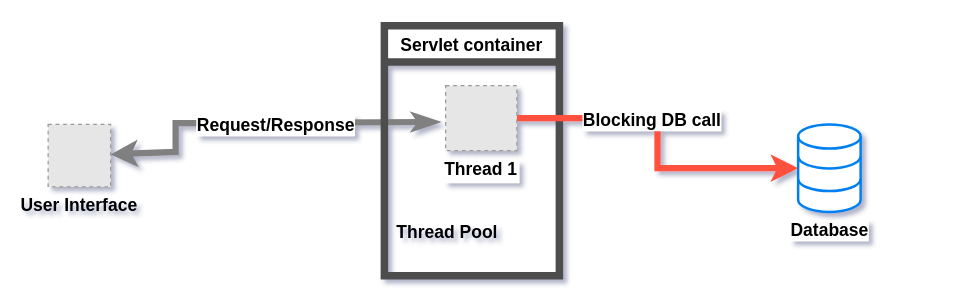
codecracker2014/diagrams keeps this draw.io diagram as Untitled Diagram.drawio. Above is the earlier version. Source tidied: cells renumbered, new cells numbered last; positions are measured from the earlier drawing's top-left corner, leaving out a move shared by most shapes. Both pictures are drawn from the tidied source at 125%, with x=0, y=0 at pixel (48, 25). Pictures stored in the file or linked from it are replaced by grey dashed boxes.
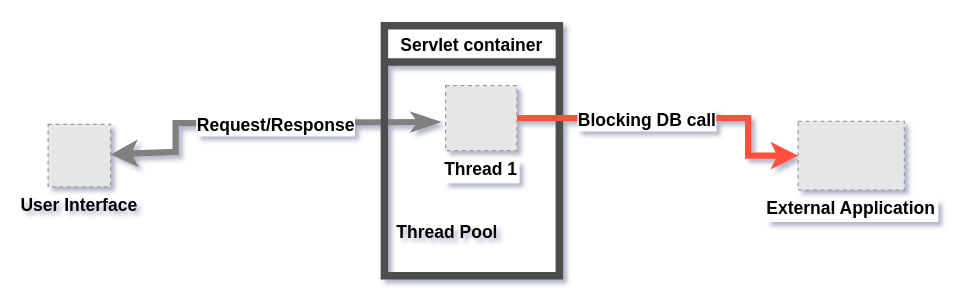
After the change.

What changed in the source:
```diff
@@
 <mxGraphModel background="#ffffff" shadow="1">
   <root>
     <mxCell id="0" />
     <mxCell id="1" parent="0" />
     <mxCell id="2" style="edgeStyle=none;rounded=0;jettySize=auto;html=1;entryX=-0.096;entryY=0.558;entryDx=0;entryDy=0;entryPerimeter=0;startArrow=classic;startFill=1;endArrow=classicThin;endFill=1;strokeColor=#808080;strokeWidth=5;" parent="1" edge="1" source="4" target="10">
       <mxGeometry relative="1" as="geometry">
         <Array as="points">
           <mxPoint x="102" y="101" />
           <mxPoint x="102" y="78" />
           <mxPoint x="151" y="78" />
         </Array>
       </mxGeometry>
     </mxCell>
     <mxCell id="3" value="&lt;font style=&quot;font-size: 14px&quot;&gt;&lt;b&gt;Request/Response&lt;/b&gt;&lt;/font&gt;" style="text;html=1;align=center;verticalAlign=middle;labelBackgroundColor=#ffffff;" parent="2" vertex="1">
       <mxGeometry x="-0.79" y="-4" relative="1" as="geometry">
         <mxPoint x="100.9" y="-26.8" as="offset" />
       </mxGeometry>
     </mxCell>
     <mxCell id="4" value="User Interface" style="fillColor=#E6E6E6;strokeColor=#999999;dashed=1;verticalLabelPosition=bottom;verticalAlign=top;fontStyle=1;fontSize=14;" parent="1" vertex="1">
       <mxGeometry y="79" width="50" height="50" as="geometry" />
     </mxCell>
-    <mxCell id="5" value="&lt;font style=&quot;font-size: 14px&quot;&gt;&lt;b&gt;Database&lt;/b&gt;&lt;/font&gt;" style="html=1;verticalLabelPosition=bottom;align=center;labelBackgroundColor=#ffffff;verticalAlign=top;strokeWidth=2;strokeColor=#0080F0;shadow=0;dashed=0;shape=mxgraph.ios7.icons.data;" parent="1" vertex="1">
-      <mxGeometry x="600" y="79" width="50" height="70" as="geometry" />
-    </mxCell>
     <mxCell id="6" value="Servlet container" style="swimlane;strokeColor=#4D4D4D;strokeWidth=6;fontSize=14;startSize=29;" parent="1" vertex="1">
       <mxGeometry x="269" width="140" height="200" as="geometry" />
     </mxCell>
     <mxCell id="7" value="&lt;font style=&quot;font-size: 14px&quot;&gt;&lt;b&gt;Thread Pool&lt;/b&gt;&lt;/font&gt;" style="text;html=1;align=center;verticalAlign=middle;" parent="6" vertex="1">
       <mxGeometry y="155" width="100" height="20" as="geometry" />
     </mxCell>
-    <mxCell id="8" style="edgeStyle=orthogonalEdgeStyle;rounded=0;jettySize=auto;html=1;strokeWidth=5;fillColor=#f8cecc;strokeColor=#FF513D;" parent="1" edge="1" source="10" target="5">
-      <mxGeometry relative="1" as="geometry" />
+    <mxCell id="8" style="edgeStyle=orthogonalEdgeStyle;rounded=0;jettySize=auto;html=1;strokeWidth=5;fillColor=#f8cecc;strokeColor=#FF513D;entryX=0;entryY=0.5;entryDx=0;entryDy=0;" parent="1" edge="1" source="10" target="11">
+      <mxGeometry relative="1" as="geometry">
+        <Array as="points">
+          <mxPoint x="560" y="74" />
+          <mxPoint x="560" y="104" />
+        </Array>
+      </mxGeometry>
     </mxCell>
     <mxCell id="9" value="&lt;font style=&quot;font-size: 14px&quot;&gt;&lt;b&gt;Blocking DB call&lt;/b&gt;&lt;/font&gt;" style="text;html=1;align=center;verticalAlign=middle;labelBackgroundColor=#ffffff;" parent="8" vertex="1">
       <mxGeometry x="-0.19" y="-1" relative="1" as="geometry" />
     </mxCell>
     <mxCell id="10" value="Thread 1" style="fillColor=#E6E6E6;strokeColor=#999999;dashed=1;verticalLabelPosition=bottom;labelBackgroundColor=#ffffff;verticalAlign=top;fontSize=14;fontStyle=1;" parent="1" vertex="1">
       <mxGeometry x="318" y="48" width="57" height="52" as="geometry" />
     </mxCell>
+    <mxCell id="11" value="External Application" style="fillColor=#E6E6E6;strokeColor=#999999;dashed=1;verticalLabelPosition=bottom;labelBackgroundColor=#ffffff;verticalAlign=top;fontStyle=1;fontSize=14;" parent="1" vertex="1">
+      <mxGeometry x="600" y="76.5" width="85" height="55" as="geometry" />
+    </mxCell>
   </root>
 </mxGraphModel>
```
